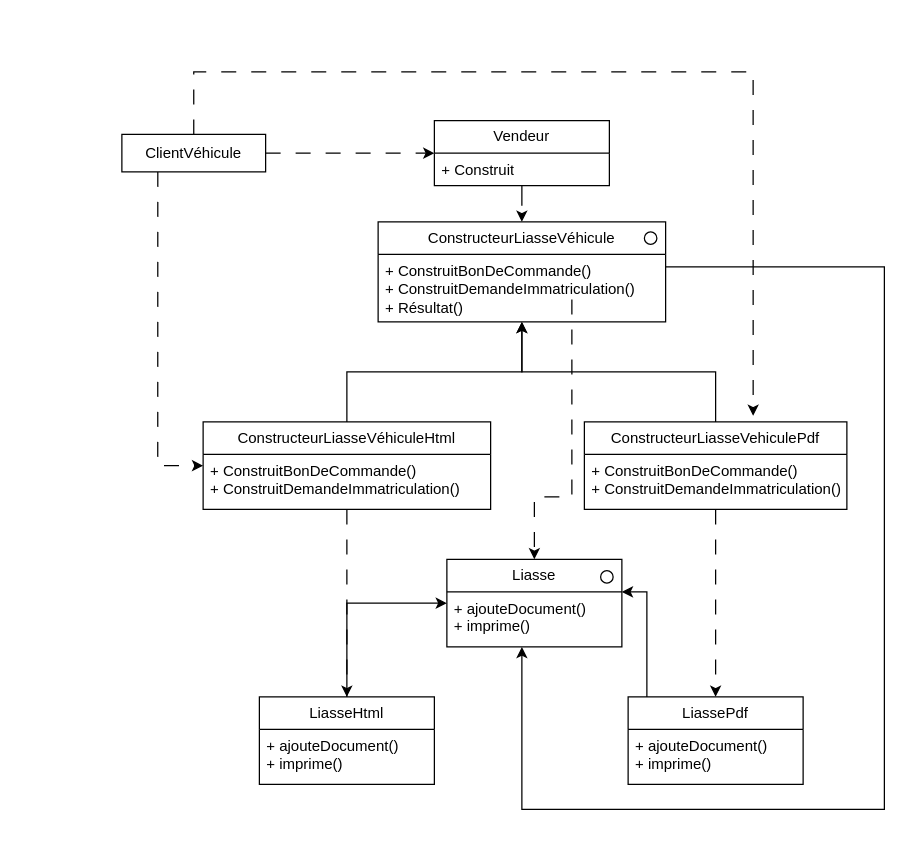
Before: Diagram Abstract Builder.drawio in Benjamin0173/DesignPatternCSharp, a draw.io diagram. Source tidied: cells renumbered, new cells numbered last; positions are measured from the earlier drawing's top-left corner, leaving out a move shared by most shapes. Both pictures are drawn from the tidied source at 125%, with x=0, y=0 at pixel (121, 71).
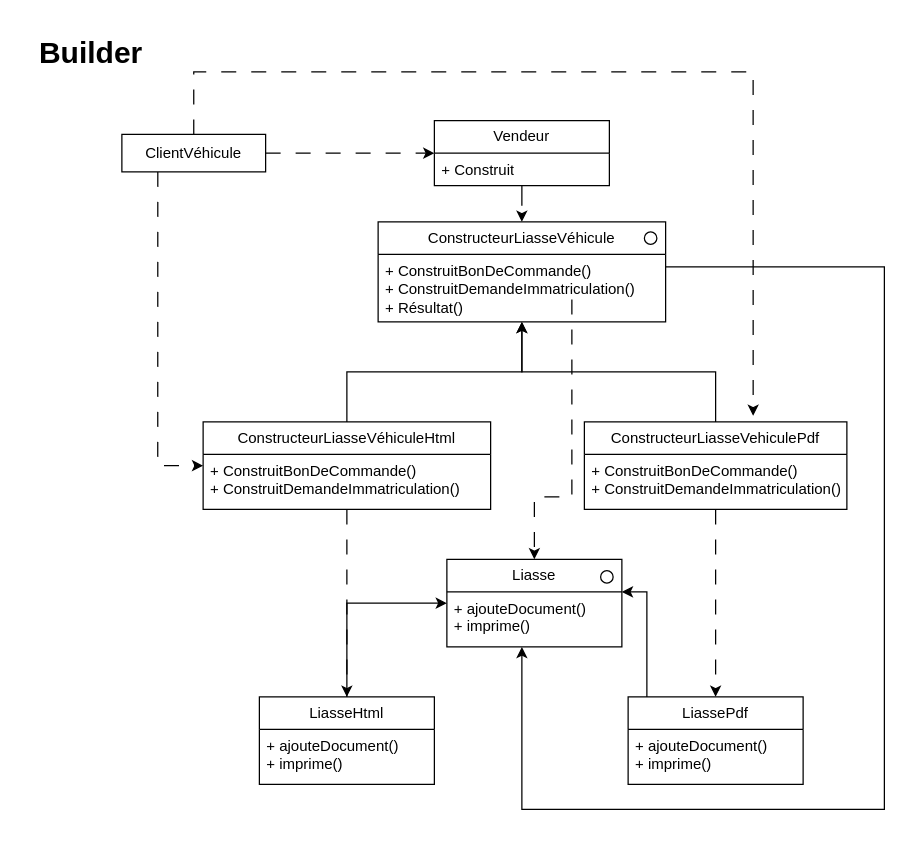
After the change.

The edit, as a diff of the source:
```diff
@@
+    <mxCell id="31" value="Builder" style="text;strokeColor=none;fillColor=none;html=1;fontSize=24;fontStyle=1;verticalAlign=middle;align=center;" parent="1" vertex="1">
+      <mxGeometry x="-80" y="-40" width="110" height="50" as="geometry" />
+    </mxCell>
```
